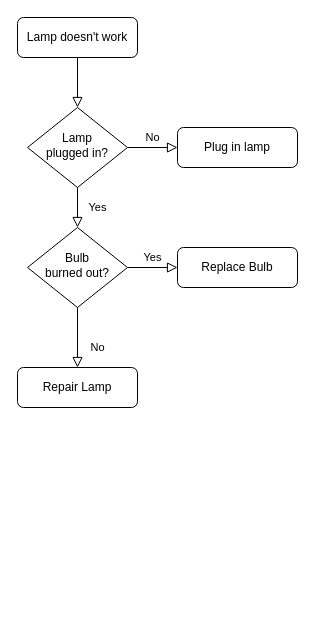
Earlier version of the draw.io diagram Untitled Diagram.drawio (anirudh357/cv). Source tidied: cells renumbered, new cells numbered last; positions are measured from the earlier drawing's top-left corner, leaving out a move shared by most shapes. Both pictures are drawn from the tidied source at 100%, with x=0, y=0 at pixel (17, 17).
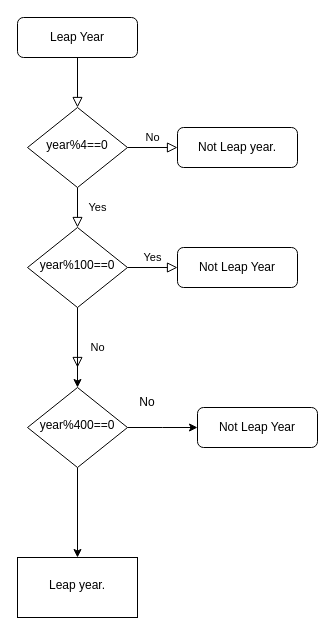
The same diagram, later.

The edit, as a diff of the source:
```diff
@@
-    <mxCell id="3" value="Lamp doesn't work" style="rounded=1;whiteSpace=wrap;html=1;fontSize=12;glass=0;strokeWidth=1;shadow=0;" parent="1" vertex="1">
+    <mxCell id="3" value="Leap Year" style="rounded=1;whiteSpace=wrap;html=1;fontSize=12;glass=0;strokeWidth=1;shadow=0;" parent="1" vertex="1">
       <mxGeometry width="120" height="40" as="geometry" />
     </mxCell>
@@
-    <mxCell id="6" value="Lamp&lt;br&gt;plugged in?" style="rhombus;whiteSpace=wrap;html=1;shadow=0;fontFamily=Helvetica;fontSize=12;align=center;strokeWidth=1;spacing=6;spacingTop=-4;" parent="1" vertex="1">
+    <mxCell id="6" value="year%4==0" style="rhombus;whiteSpace=wrap;html=1;shadow=0;fontFamily=Helvetica;fontSize=12;align=center;strokeWidth=1;spacing=6;spacingTop=-4;" parent="1" vertex="1">
       <mxGeometry x="10" y="90" width="100" height="80" as="geometry" />
     </mxCell>
-    <mxCell id="7" value="Plug in lamp" style="rounded=1;whiteSpace=wrap;html=1;fontSize=12;glass=0;strokeWidth=1;shadow=0;" parent="1" vertex="1">
+    <mxCell id="7" value="Not Leap year." style="rounded=1;whiteSpace=wrap;html=1;fontSize=12;glass=0;strokeWidth=1;shadow=0;" parent="1" vertex="1">
       <mxGeometry x="160" y="110" width="120" height="40" as="geometry" />
     </mxCell>
-    <mxCell id="8" value="No" style="rounded=0;html=1;jettySize=auto;fontSize=11;endArrow=block;endFill=0;endSize=8;strokeWidth=1;shadow=0;labelBackgroundColor=none;edgeStyle=orthogonalEdgeStyle;" parent="1" edge="1" source="10" target="11">
-      <mxGeometry x="0.33" y="20" relative="1" as="geometry" />
+    <mxCell id="8" value="No" style="rounded=0;html=1;jettySize=auto;fontSize=11;endArrow=block;endFill=0;endSize=8;strokeWidth=1;shadow=0;labelBackgroundColor=none;edgeStyle=orthogonalEdgeStyle;" parent="1" edge="1" source="10">
+      <mxGeometry x="0.33" y="20" relative="1" as="geometry">
+        <mxPoint x="60" y="350" as="targetPoint" />
+      </mxGeometry>
     </mxCell>
@@
+    <mxCell id="13" style="edgeStyle=orthogonalEdgeStyle;rounded=0;jettySize=auto;html=1;" parent="1" edge="1" source="10" target="16">
+      <mxGeometry relative="1" as="geometry" />
+    </mxCell>
-    <mxCell id="10" value="Bulb&lt;br&gt;burned out?" style="rhombus;whiteSpace=wrap;html=1;shadow=0;fontFamily=Helvetica;fontSize=12;align=center;strokeWidth=1;spacing=6;spacingTop=-4;" parent="1" vertex="1">
+    <mxCell id="10" value="year%100==0" style="rhombus;whiteSpace=wrap;html=1;shadow=0;fontFamily=Helvetica;fontSize=12;align=center;strokeWidth=1;spacing=6;spacingTop=-4;" parent="1" vertex="1">
       <mxGeometry x="10" y="210" width="100" height="80" as="geometry" />
     </mxCell>
-    <mxCell id="11" value="Repair Lamp" style="rounded=1;whiteSpace=wrap;html=1;fontSize=12;glass=0;strokeWidth=1;shadow=0;" parent="1" vertex="1">
-      <mxGeometry y="350" width="120" height="40" as="geometry" />
-    </mxCell>
-    <mxCell id="12" value="Replace Bulb" style="rounded=1;whiteSpace=wrap;html=1;fontSize=12;glass=0;strokeWidth=1;shadow=0;" parent="1" vertex="1">
+    <mxCell id="12" value="Not Leap Year" style="rounded=1;whiteSpace=wrap;html=1;fontSize=12;glass=0;strokeWidth=1;shadow=0;" parent="1" vertex="1">
       <mxGeometry x="160" y="230" width="120" height="40" as="geometry" />
     </mxCell>
+    <mxCell id="14" style="edgeStyle=orthogonalEdgeStyle;rounded=0;jettySize=auto;html=1;" parent="1" edge="1" source="16">
+      <mxGeometry relative="1" as="geometry">
+        <mxPoint x="180" y="410" as="targetPoint" />
+      </mxGeometry>
+    </mxCell>
+    <mxCell id="15" style="edgeStyle=orthogonalEdgeStyle;rounded=0;jettySize=auto;html=1;" parent="1" edge="1" source="16" target="19">
+      <mxGeometry relative="1" as="geometry" />
+    </mxCell>
+    <mxCell id="16" value="year%400==0" style="rhombus;whiteSpace=wrap;html=1;shadow=0;fontFamily=Helvetica;fontSize=12;align=center;strokeWidth=1;spacing=6;spacingTop=-4;" parent="1" vertex="1">
+      <mxGeometry x="10" y="370" width="100" height="80" as="geometry" />
+    </mxCell>
+    <mxCell id="17" value="Not Leap Year" style="rounded=1;whiteSpace=wrap;html=1;fontSize=12;glass=0;strokeWidth=1;shadow=0;" parent="1" vertex="1">
+      <mxGeometry x="180" y="390" width="120" height="40" as="geometry" />
+    </mxCell>
+    <mxCell id="18" value="No" style="text;html=1;strokeColor=none;fillColor=none;align=center;verticalAlign=middle;whiteSpace=wrap;rounded=0;" parent="1" vertex="1">
+      <mxGeometry x="100" y="370" width="60" height="30" as="geometry" />
+    </mxCell>
+    <mxCell id="19" value="Leap year." style="whiteSpace=wrap;html=1;shadow=0;strokeWidth=1;spacing=6;spacingTop=-4;" parent="1" vertex="1">
+      <mxGeometry y="540" width="120" height="60" as="geometry" />
+    </mxCell>
```
